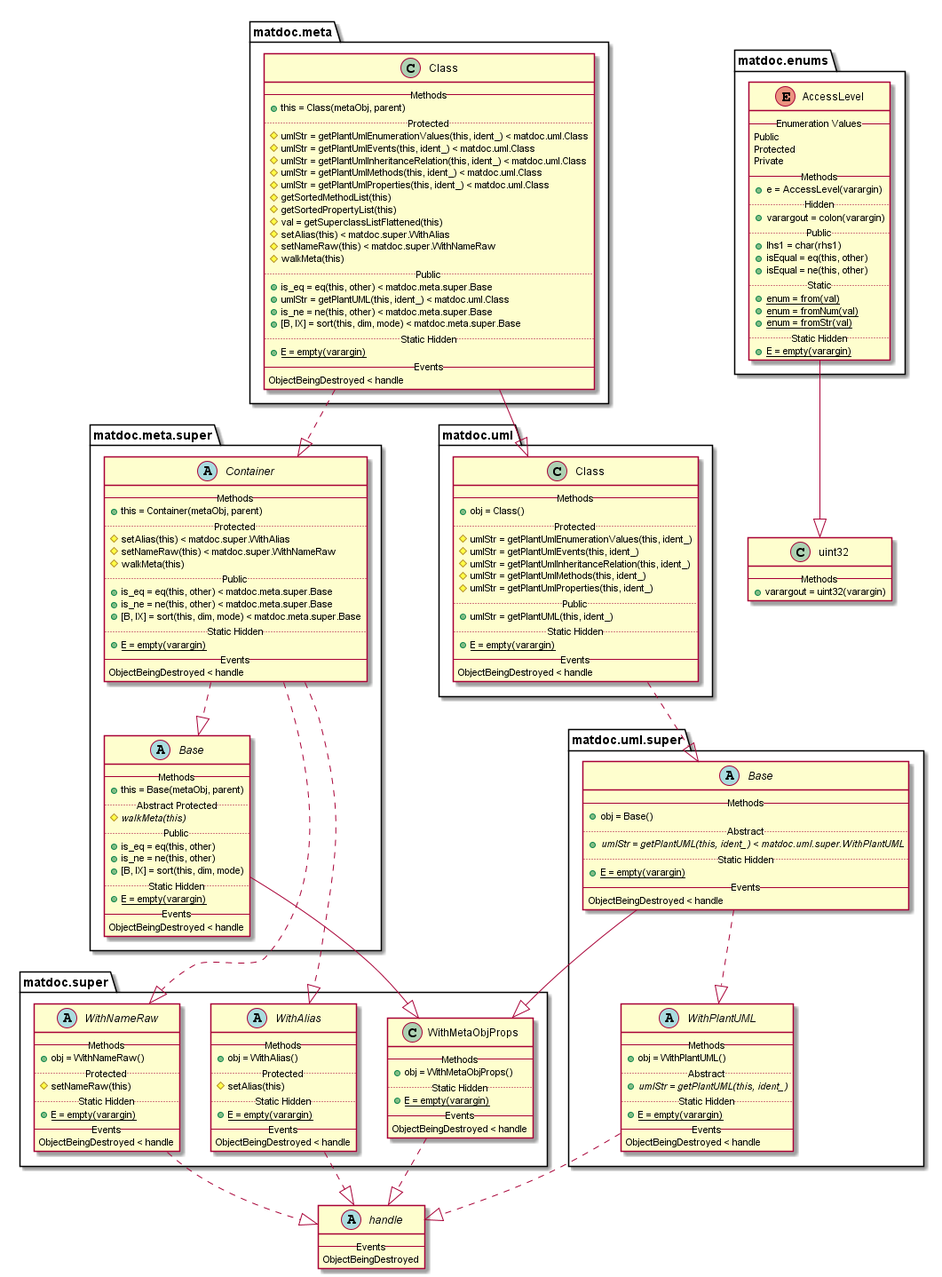
The PlantUML diagram doc/uml-examples/export-class-HideProperties-true.png in flxdot/matdoc, before a commit.
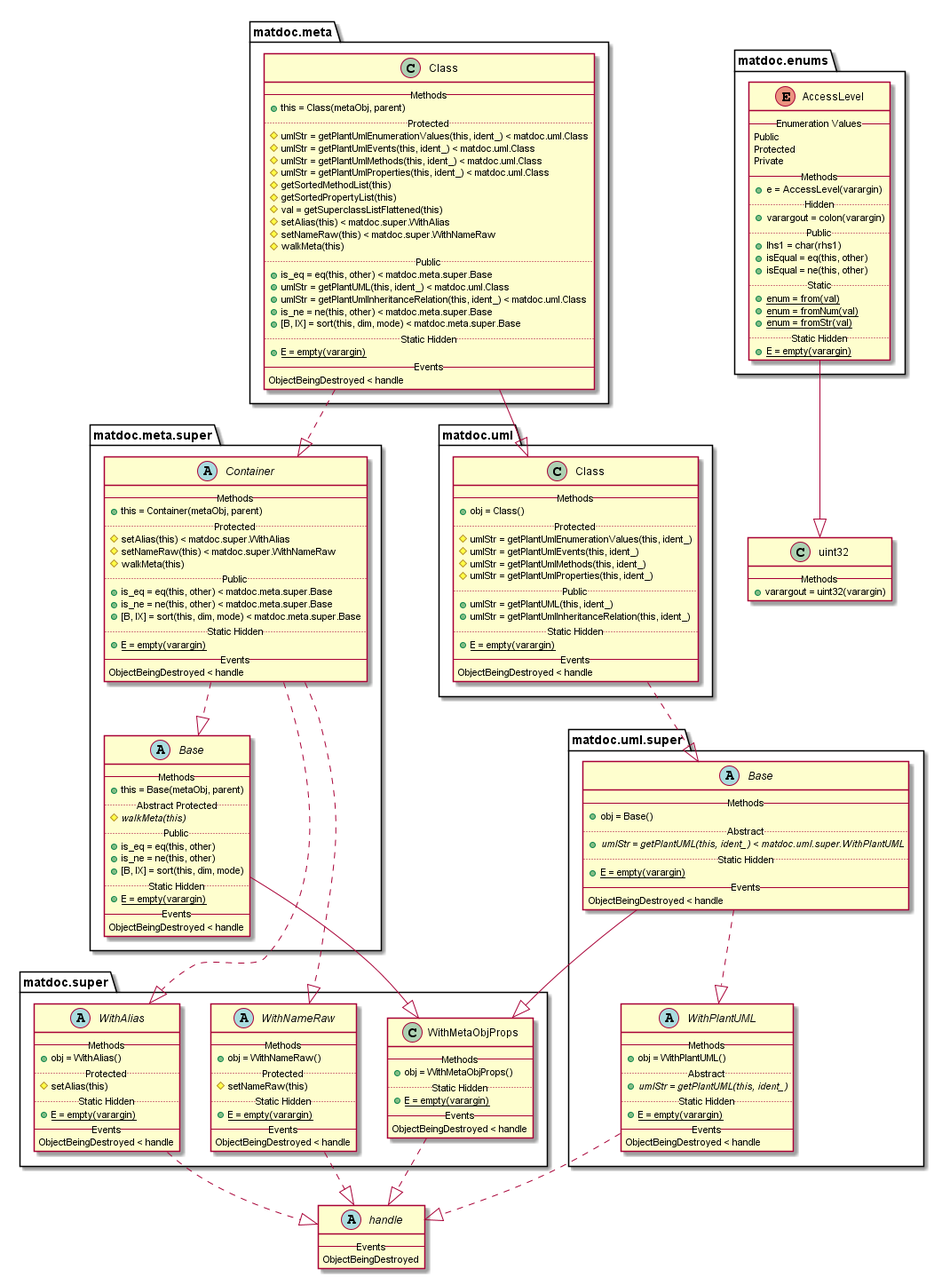
After the commit.

Change to the diagram source:
```diff
@@ -4,7 +4,6 @@
    -- Events --
    ObjectBeingDestroyed
 }
-
 
 enum matdoc.enums.AccessLevel {
    -- Enumeration Values --
@@ -27,15 +26,12 @@
    {method} {static} + E = empty(varargin)
 }
 
-matdoc.enums.AccessLevel --|> uint32
-
 class matdoc.meta.Class {
    -- Methods --
    {method} + this = Class(metaObj, parent)
    .. Protected ..
    {method} # umlStr = getPlantUmlEnumerationValues(this, ident_) < matdoc.uml.Class
    {method} # umlStr = getPlantUmlEvents(this, ident_) < matdoc.uml.Class
-   {method} # umlStr = getPlantUmlInheritanceRelation(this, ident_) < matdoc.uml.Class
    {method} # umlStr = getPlantUmlMethods(this, ident_) < matdoc.uml.Class
    {method} # umlStr = getPlantUmlProperties(this, ident_) < matdoc.uml.Class
    {method} # getSortedMethodList(this)
@@ -47,6 +43,7 @@
    .. Public ..
    {method} + is_eq = eq(this, other) < matdoc.meta.super.Base
    {method} + umlStr = getPlantUML(this, ident_) < matdoc.uml.Class
+   {method} + umlStr = getPlantUmlInheritanceRelation(this, ident_) < matdoc.uml.Class
    {method} + is_ne = ne(this, other) < matdoc.meta.super.Base
    {method} + [B, IX] = sort(this, dim, mode) < matdoc.meta.super.Base
    .. Static Hidden ..
@@ -54,9 +51,6 @@
    -- Events --
    ObjectBeingDestroyed < handle
 }
-
-matdoc.meta.Class ..|> matdoc.meta.super.Container
-matdoc.meta.Class --|> matdoc.uml.Class
 
 abstract class matdoc.meta.super.Base {
    -- Methods --
@@ -72,8 +66,6 @@
    -- Events --
    ObjectBeingDestroyed < handle
 }
-
-matdoc.meta.super.Base --|> matdoc.super.WithMetaObjProps
 
 abstract class matdoc.meta.super.Container {
    -- Methods --
@@ -92,10 +84,6 @@
    ObjectBeingDestroyed < handle
 }
 
-matdoc.meta.super.Container ..|> matdoc.meta.super.Base
-matdoc.meta.super.Container ..|> matdoc.super.WithNameRaw
-matdoc.meta.super.Container ..|> matdoc.super.WithAlias
-
 abstract class matdoc.super.WithAlias {
    -- Methods --
    {method} + obj = WithAlias()
@@ -107,8 +95,6 @@
    ObjectBeingDestroyed < handle
 }
 
-matdoc.super.WithAlias ..|> handle
-
 class matdoc.super.WithMetaObjProps {
    -- Methods --
    {method} + obj = WithMetaObjProps()
@@ -117,8 +103,6 @@
    -- Events --
    ObjectBeingDestroyed < handle
 }
-
-matdoc.super.WithMetaObjProps ..|> handle
 
 abstract class matdoc.super.WithNameRaw {
    -- Methods --
@@ -131,26 +115,22 @@
    ObjectBeingDestroyed < handle
 }
 
-matdoc.super.WithNameRaw ..|> handle
-
 class matdoc.uml.Class {
    -- Methods --
    {method} + obj = Class()
    .. Protected ..
    {method} # umlStr = getPlantUmlEnumerationValues(this, ident_)
    {method} # umlStr = getPlantUmlEvents(this, ident_)
-   {method} # umlStr = getPlantUmlInheritanceRelation(this, ident_)
    {method} # umlStr = getPlantUmlMethods(this, ident_)
    {method} # umlStr = getPlantUmlProperties(this, ident_)
    .. Public ..
    {method} + umlStr = getPlantUML(this, ident_)
+   {method} + umlStr = getPlantUmlInheritanceRelation(this, ident_)
    .. Static Hidden ..
    {method} {static} + E = empty(varargin)
    -- Events --
    ObjectBeingDestroyed < handle
 }
-
-matdoc.uml.Class ..|> matdoc.uml.super.Base
 
 abstract class matdoc.uml.super.Base {
    -- Methods --
@@ -163,9 +143,6 @@
    ObjectBeingDestroyed < handle
 }
 
-matdoc.uml.super.Base --|> matdoc.super.WithMetaObjProps
-matdoc.uml.super.Base ..|> matdoc.uml.super.WithPlantUML
-
 abstract class matdoc.uml.super.WithPlantUML {
    -- Methods --
    {method} + obj = WithPlantUML()
@@ -177,12 +154,26 @@
    ObjectBeingDestroyed < handle
 }
 
-matdoc.uml.super.WithPlantUML ..|> handle
-
 class uint32 {
    -- Methods --
    {method} + varargout = uint32(varargin)
 }
 
 
+matdoc.enums.AccessLevel --|> uint32
+matdoc.meta.Class ..|> matdoc.meta.super.Container
+matdoc.meta.Class --|> matdoc.uml.Class
+matdoc.meta.super.Base --|> matdoc.super.WithMetaObjProps
+matdoc.meta.super.Container ..|> matdoc.meta.super.Base
+matdoc.meta.super.Container ..|> matdoc.super.WithNameRaw
+matdoc.meta.super.Container ..|> matdoc.super.WithAlias
+matdoc.super.WithAlias ..|> handle
+matdoc.super.WithMetaObjProps ..|> handle
+matdoc.super.WithNameRaw ..|> handle
+matdoc.uml.Class ..|> matdoc.uml.super.Base
+matdoc.uml.super.Base --|> matdoc.super.WithMetaObjProps
+matdoc.uml.super.Base ..|> matdoc.uml.super.WithPlantUML
+matdoc.uml.super.WithPlantUML ..|> handle
+
+
 @enduml
```
